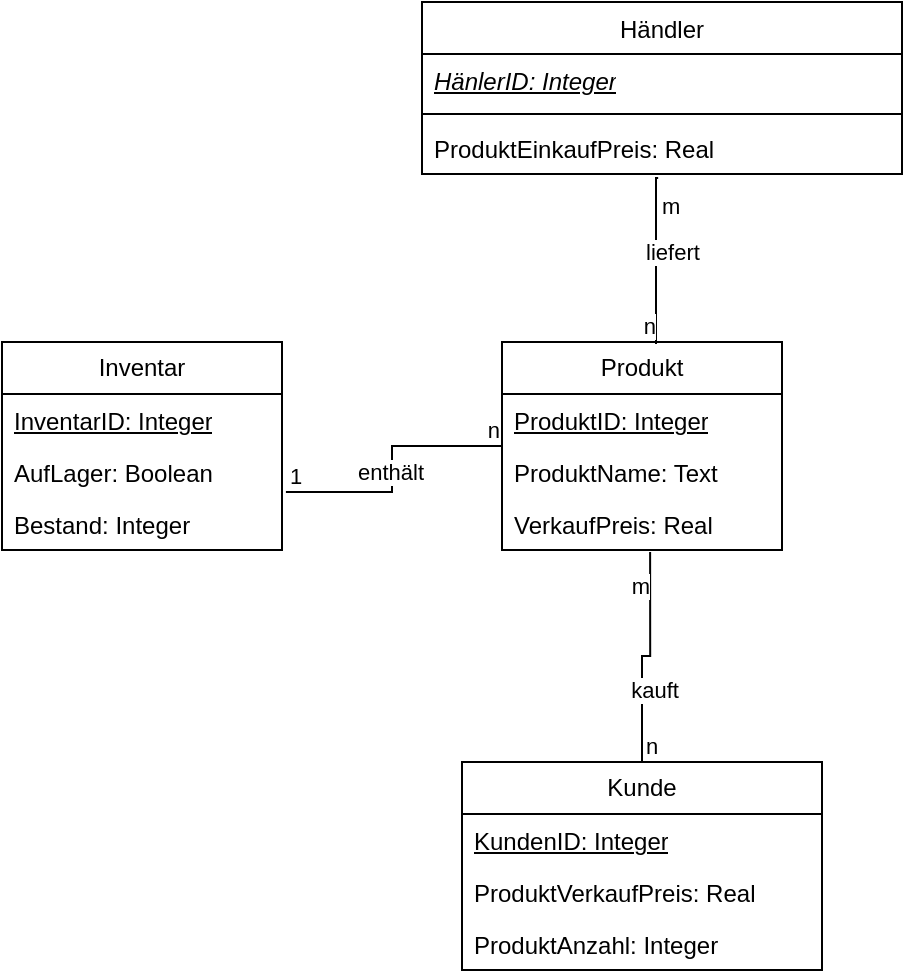
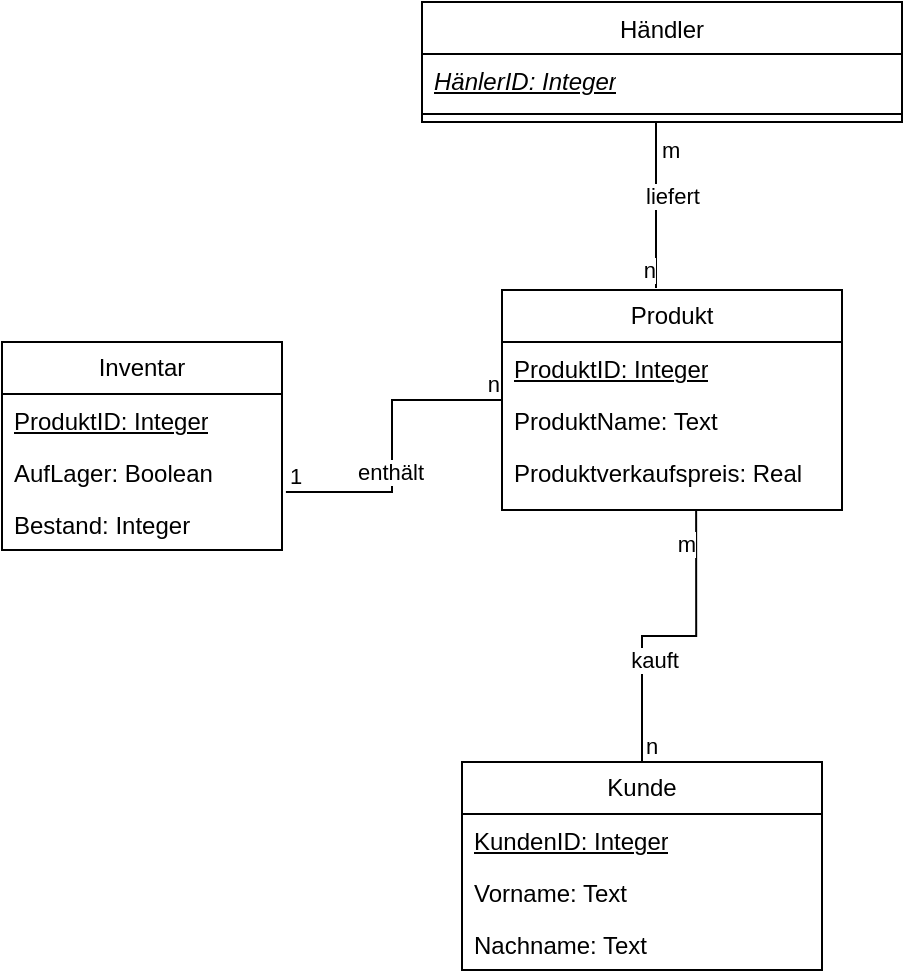
<mxfile host="Electron" agent="Mozilla/5.0 (Windows NT 10.0; Win64; x64) AppleWebKit/537.36 (KHTML, like Gecko) draw.io/23.1.5 Chrome/120.0.6099.109 Electron/28.1.0 Safari/537.36">
  <diagram name="Seite-1" id="zRFhC1JhQhvgA2iYbmPQ">
    <mxGraphModel dx="1398" dy="825" grid="1" gridSize="10" guides="1" tooltips="1" connect="1" arrows="1" fold="1" page="1" pageScale="1" pageWidth="827" pageHeight="1169" math="0" shadow="0">
      <root>
        <mxCell id="0" />
        <mxCell id="1" parent="0" />
        <mxCell id="Is3GVWOtyZzmBliWF83r-1" parent="1" style="swimlane;fontStyle=0;childLayout=stackLayout;horizontal=1;startSize=26;fillColor=none;horizontalStack=0;resizeParent=1;resizeParentMax=0;resizeLast=0;collapsible=1;marginBottom=0;whiteSpace=wrap;html=1;" value="Inventar" vertex="1">
          <mxGeometry height="104" width="140" x="260" y="340" as="geometry" />
        </mxCell>
-         <mxCell id="Is3GVWOtyZzmBliWF83r-46" parent="Is3GVWOtyZzmBliWF83r-1" style="text;strokeColor=none;fillColor=none;align=left;verticalAlign=top;spacingLeft=4;spacingRight=4;overflow=hidden;rotatable=0;points=[[0,0.5],[1,0.5]];portConstraint=eastwest;whiteSpace=wrap;html=1;fontStyle=4" value="InventarID: Integer" vertex="1">
+         <mxCell id="Is3GVWOtyZzmBliWF83r-46" parent="Is3GVWOtyZzmBliWF83r-1" style="text;strokeColor=none;fillColor=none;align=left;verticalAlign=top;spacingLeft=4;spacingRight=4;overflow=hidden;rotatable=0;points=[[0,0.5],[1,0.5]];portConstraint=eastwest;whiteSpace=wrap;html=1;fontStyle=4" value="ProduktID: Integer" vertex="1">
          <mxGeometry height="26" width="140" y="26" as="geometry" />
        </mxCell>
        <mxCell id="Is3GVWOtyZzmBliWF83r-2" parent="Is3GVWOtyZzmBliWF83r-1" style="text;strokeColor=none;fillColor=none;align=left;verticalAlign=top;spacingLeft=4;spacingRight=4;overflow=hidden;rotatable=0;points=[[0,0.5],[1,0.5]];portConstraint=eastwest;whiteSpace=wrap;html=1;" value="AufLager: Boolean" vertex="1">
          <mxGeometry height="26" width="140" y="52" as="geometry" />
        </mxCell>
        <mxCell id="Is3GVWOtyZzmBliWF83r-3" parent="Is3GVWOtyZzmBliWF83r-1" style="text;strokeColor=none;fillColor=none;align=left;verticalAlign=top;spacingLeft=4;spacingRight=4;overflow=hidden;rotatable=0;points=[[0,0.5],[1,0.5]];portConstraint=eastwest;whiteSpace=wrap;html=1;" value="Bestand: Integer" vertex="1">
          <mxGeometry height="26" width="140" y="78" as="geometry" />
        </mxCell>
        <mxCell id="Is3GVWOtyZzmBliWF83r-5" parent="1" style="swimlane;fontStyle=0;childLayout=stackLayout;horizontal=1;startSize=26;fillColor=none;horizontalStack=0;resizeParent=1;resizeParentMax=0;resizeLast=0;collapsible=1;marginBottom=0;whiteSpace=wrap;html=1;" value="Produkt" vertex="1">
-           <mxGeometry height="104" width="140" x="510" y="340" as="geometry" />
+           <mxGeometry height="110" width="170" x="510" y="314" as="geometry" />
        </mxCell>
        <mxCell id="Is3GVWOtyZzmBliWF83r-6" parent="Is3GVWOtyZzmBliWF83r-5" style="text;strokeColor=none;fillColor=none;align=left;verticalAlign=top;spacingLeft=4;spacingRight=4;overflow=hidden;rotatable=0;points=[[0,0.5],[1,0.5]];portConstraint=eastwest;whiteSpace=wrap;html=1;" value="&lt;u&gt;ProduktID: Integer&lt;/u&gt;" vertex="1">
-           <mxGeometry height="26" width="140" y="26" as="geometry" />
+           <mxGeometry height="26" width="170" y="26" as="geometry" />
        </mxCell>
        <mxCell id="Is3GVWOtyZzmBliWF83r-7" parent="Is3GVWOtyZzmBliWF83r-5" style="text;strokeColor=none;fillColor=none;align=left;verticalAlign=top;spacingLeft=4;spacingRight=4;overflow=hidden;rotatable=0;points=[[0,0.5],[1,0.5]];portConstraint=eastwest;whiteSpace=wrap;html=1;" value="ProduktName: Text" vertex="1">
-           <mxGeometry height="26" width="140" y="52" as="geometry" />
+           <mxGeometry height="26" width="170" y="52" as="geometry" />
        </mxCell>
-         <mxCell id="Is3GVWOtyZzmBliWF83r-17" parent="Is3GVWOtyZzmBliWF83r-5" style="text;strokeColor=none;fillColor=none;align=left;verticalAlign=top;spacingLeft=4;spacingRight=4;overflow=hidden;rotatable=0;points=[[0,0.5],[1,0.5]];portConstraint=eastwest;whiteSpace=wrap;html=1;" value="VerkaufPreis: Real" vertex="1">
-           <mxGeometry height="26" width="140" y="78" as="geometry" />
+         <mxCell id="Is3GVWOtyZzmBliWF83r-17" parent="Is3GVWOtyZzmBliWF83r-5" style="text;strokeColor=none;fillColor=none;align=left;verticalAlign=top;spacingLeft=4;spacingRight=4;overflow=hidden;rotatable=0;points=[[0,0.5],[1,0.5]];portConstraint=eastwest;whiteSpace=wrap;html=1;" value="Produktverkaufspreis: Real" vertex="1">
+           <mxGeometry height="32" width="170" y="78" as="geometry" />
        </mxCell>
        <mxCell id="Is3GVWOtyZzmBliWF83r-9" parent="1" style="swimlane;fontStyle=1;align=center;verticalAlign=top;childLayout=stackLayout;horizontal=1;startSize=26;horizontalStack=0;resizeParent=1;resizeParentMax=0;resizeLast=0;collapsible=1;marginBottom=0;whiteSpace=wrap;html=1;" value="&lt;span style=&quot;font-weight: normal;&quot;&gt;Händler&lt;/span&gt;" vertex="1">
-           <mxGeometry height="86" width="240" x="470" y="170" as="geometry" />
+           <mxGeometry height="60" width="240" x="470" y="170" as="geometry" />
        </mxCell>
        <mxCell id="Is3GVWOtyZzmBliWF83r-10" parent="Is3GVWOtyZzmBliWF83r-9" style="text;strokeColor=none;fillColor=none;align=left;verticalAlign=top;spacingLeft=4;spacingRight=4;overflow=hidden;rotatable=0;points=[[0,0.5],[1,0.5]];portConstraint=eastwest;whiteSpace=wrap;html=1;" value="&lt;u&gt;&lt;i&gt;HänlerID: Integer&lt;/i&gt;&lt;/u&gt;" vertex="1">
          <mxGeometry height="26" width="240" y="26" as="geometry" />
        </mxCell>
        <mxCell id="Is3GVWOtyZzmBliWF83r-11" parent="Is3GVWOtyZzmBliWF83r-9" style="line;strokeWidth=1;fillColor=none;align=left;verticalAlign=middle;spacingTop=-1;spacingLeft=3;spacingRight=3;rotatable=0;labelPosition=right;points=[];portConstraint=eastwest;strokeColor=inherit;" value="" vertex="1">
          <mxGeometry height="8" width="240" y="52" as="geometry" />
        </mxCell>
-         <mxCell id="Is3GVWOtyZzmBliWF83r-12" parent="Is3GVWOtyZzmBliWF83r-9" style="text;strokeColor=none;fillColor=none;align=left;verticalAlign=top;spacingLeft=4;spacingRight=4;overflow=hidden;rotatable=0;points=[[0,0.5],[1,0.5]];portConstraint=eastwest;whiteSpace=wrap;html=1;" value="ProduktEinkaufPreis: Real" vertex="1">
-           <mxGeometry height="26" width="240" y="60" as="geometry" />
-         </mxCell>
        <mxCell id="Is3GVWOtyZzmBliWF83r-13" parent="1" style="swimlane;fontStyle=0;childLayout=stackLayout;horizontal=1;startSize=26;fillColor=none;horizontalStack=0;resizeParent=1;resizeParentMax=0;resizeLast=0;collapsible=1;marginBottom=0;whiteSpace=wrap;html=1;" value="Kunde" vertex="1">
          <mxGeometry height="104" width="180" x="490" y="550" as="geometry" />
        </mxCell>
        <mxCell id="Is3GVWOtyZzmBliWF83r-19" parent="Is3GVWOtyZzmBliWF83r-13" style="text;strokeColor=none;fillColor=none;align=left;verticalAlign=top;spacingLeft=4;spacingRight=4;overflow=hidden;rotatable=0;points=[[0,0.5],[1,0.5]];portConstraint=eastwest;whiteSpace=wrap;html=1;" value="&lt;u&gt;KundenID: Integer&lt;/u&gt;" vertex="1">
          <mxGeometry height="26" width="180" y="26" as="geometry" />
        </mxCell>
-         <mxCell id="Is3GVWOtyZzmBliWF83r-15" parent="Is3GVWOtyZzmBliWF83r-13" style="text;strokeColor=none;fillColor=none;align=left;verticalAlign=top;spacingLeft=4;spacingRight=4;overflow=hidden;rotatable=0;points=[[0,0.5],[1,0.5]];portConstraint=eastwest;whiteSpace=wrap;html=1;" value="ProduktVerkaufPreis: Real" vertex="1">
+         <mxCell id="Is3GVWOtyZzmBliWF83r-15" parent="Is3GVWOtyZzmBliWF83r-13" style="text;strokeColor=none;fillColor=none;align=left;verticalAlign=top;spacingLeft=4;spacingRight=4;overflow=hidden;rotatable=0;points=[[0,0.5],[1,0.5]];portConstraint=eastwest;whiteSpace=wrap;html=1;" value="Vorname: Text" vertex="1">
          <mxGeometry height="26" width="180" y="52" as="geometry" />
        </mxCell>
-         <mxCell id="Is3GVWOtyZzmBliWF83r-16" parent="Is3GVWOtyZzmBliWF83r-13" style="text;strokeColor=none;fillColor=none;align=left;verticalAlign=top;spacingLeft=4;spacingRight=4;overflow=hidden;rotatable=0;points=[[0,0.5],[1,0.5]];portConstraint=eastwest;whiteSpace=wrap;html=1;" value="ProduktAnzahl: Integer" vertex="1">
+         <mxCell id="Is3GVWOtyZzmBliWF83r-16" parent="Is3GVWOtyZzmBliWF83r-13" style="text;strokeColor=none;fillColor=none;align=left;verticalAlign=top;spacingLeft=4;spacingRight=4;overflow=hidden;rotatable=0;points=[[0,0.5],[1,0.5]];portConstraint=eastwest;whiteSpace=wrap;html=1;" value="Nachname: Text" vertex="1">
          <mxGeometry height="26" width="180" y="78" as="geometry" />
        </mxCell>
-         <mxCell id="Is3GVWOtyZzmBliWF83r-27" edge="1" parent="1" source="Is3GVWOtyZzmBliWF83r-13" style="endArrow=none;html=1;edgeStyle=orthogonalEdgeStyle;rounded=0;entryX=0.529;entryY=1.038;entryDx=0;entryDy=0;entryPerimeter=0;exitX=0.5;exitY=0;exitDx=0;exitDy=0;" target="Is3GVWOtyZzmBliWF83r-17" value="">
+         <mxCell id="Is3GVWOtyZzmBliWF83r-27" edge="1" parent="1" source="Is3GVWOtyZzmBliWF83r-13" style="endArrow=none;html=1;edgeStyle=orthogonalEdgeStyle;rounded=0;exitX=0.5;exitY=0;exitDx=0;exitDy=0;entryX=0.571;entryY=1;entryDx=0;entryDy=0;entryPerimeter=0;" target="Is3GVWOtyZzmBliWF83r-17" value="">
          <mxGeometry relative="1" as="geometry">
            <mxPoint x="500" y="500" as="sourcePoint" />
-             <mxPoint x="660" y="500" as="targetPoint" />
+             <mxPoint x="580" y="470" as="targetPoint" />
          </mxGeometry>
        </mxCell>
        <mxCell id="Is3GVWOtyZzmBliWF83r-28" connectable="0" parent="Is3GVWOtyZzmBliWF83r-27" style="edgeLabel;resizable=0;html=1;align=left;verticalAlign=bottom;" value="n" vertex="1">
          <mxGeometry relative="1" x="-1" as="geometry" />
        </mxCell>
        <mxCell id="Is3GVWOtyZzmBliWF83r-29" connectable="0" parent="Is3GVWOtyZzmBliWF83r-27" style="edgeLabel;resizable=0;html=1;align=right;verticalAlign=bottom;" value="m" vertex="1">
          <mxGeometry relative="1" x="1" as="geometry">
            <mxPoint y="25" as="offset" />
          </mxGeometry>
        </mxCell>
        <mxCell id="Is3GVWOtyZzmBliWF83r-30" connectable="0" parent="Is3GVWOtyZzmBliWF83r-27" style="edgeLabel;html=1;align=center;verticalAlign=middle;resizable=0;points=[];" value="kauft" vertex="1">
          <mxGeometry relative="1" x="-0.3267" y="-6" as="geometry">
            <mxPoint as="offset" />
          </mxGeometry>
        </mxCell>
-         <mxCell id="Is3GVWOtyZzmBliWF83r-33" edge="1" parent="1" source="Is3GVWOtyZzmBliWF83r-12" style="endArrow=none;html=1;edgeStyle=orthogonalEdgeStyle;rounded=0;entryX=0.55;entryY=0.01;entryDx=0;entryDy=0;entryPerimeter=0;exitX=0.492;exitY=1.077;exitDx=0;exitDy=0;exitPerimeter=0;" target="Is3GVWOtyZzmBliWF83r-5" value="">
+         <mxCell id="Is3GVWOtyZzmBliWF83r-33" edge="1" parent="1" style="endArrow=none;html=1;edgeStyle=orthogonalEdgeStyle;rounded=0;entryX=0.55;entryY=0.01;entryDx=0;entryDy=0;entryPerimeter=0;exitX=0.492;exitY=1.077;exitDx=0;exitDy=0;exitPerimeter=0;" value="">
          <mxGeometry relative="1" as="geometry">
            <Array as="points">
-               <mxPoint x="587" y="258" />
+               <mxPoint x="587" y="230" />
            </Array>
-             <mxPoint x="330" y="430" as="sourcePoint" />
-             <mxPoint x="490" y="430" as="targetPoint" />
+             <mxPoint x="588.0799999999999" y="230.00199999999995" as="sourcePoint" />
+             <mxPoint x="587" y="313.03999999999996" as="targetPoint" />
          </mxGeometry>
        </mxCell>
        <mxCell id="Is3GVWOtyZzmBliWF83r-34" connectable="0" parent="Is3GVWOtyZzmBliWF83r-33" style="edgeLabel;resizable=0;html=1;align=left;verticalAlign=bottom;" value="m" vertex="1">
          <mxGeometry relative="1" x="-1" as="geometry">
            <mxPoint y="22" as="offset" />
          </mxGeometry>
        </mxCell>
        <mxCell id="Is3GVWOtyZzmBliWF83r-35" connectable="0" parent="Is3GVWOtyZzmBliWF83r-33" style="edgeLabel;resizable=0;html=1;align=right;verticalAlign=bottom;" value="n" vertex="1">
          <mxGeometry relative="1" x="1" as="geometry" />
        </mxCell>
        <mxCell id="Is3GVWOtyZzmBliWF83r-36" connectable="0" parent="Is3GVWOtyZzmBliWF83r-33" style="edgeLabel;html=1;align=center;verticalAlign=middle;resizable=0;points=[];" value="liefert" vertex="1">
          <mxGeometry relative="1" x="-0.0946" y="8" as="geometry">
            <mxPoint as="offset" />
          </mxGeometry>
        </mxCell>
        <mxCell id="Is3GVWOtyZzmBliWF83r-38" edge="1" parent="1" source="Is3GVWOtyZzmBliWF83r-3" style="endArrow=none;html=1;edgeStyle=orthogonalEdgeStyle;rounded=0;entryX=0;entryY=0.5;entryDx=0;entryDy=0;exitX=1.014;exitY=-0.115;exitDx=0;exitDy=0;exitPerimeter=0;" target="Is3GVWOtyZzmBliWF83r-5" value="">
          <mxGeometry relative="1" as="geometry">
            <mxPoint x="330" y="430" as="sourcePoint" />
            <mxPoint x="490" y="430" as="targetPoint" />
          </mxGeometry>
        </mxCell>
        <mxCell id="Is3GVWOtyZzmBliWF83r-39" connectable="0" parent="Is3GVWOtyZzmBliWF83r-38" style="edgeLabel;resizable=0;html=1;align=left;verticalAlign=bottom;" value="1" vertex="1">
          <mxGeometry relative="1" x="-1" as="geometry" />
        </mxCell>
        <mxCell id="Is3GVWOtyZzmBliWF83r-40" connectable="0" parent="Is3GVWOtyZzmBliWF83r-38" style="edgeLabel;resizable=0;html=1;align=right;verticalAlign=bottom;" value="n" vertex="1">
          <mxGeometry relative="1" x="1" as="geometry" />
        </mxCell>
        <mxCell id="9d2SOzoO8xg9qqlNjvsp-1" connectable="0" parent="1" style="edgeLabel;html=1;align=center;verticalAlign=middle;resizable=0;points=[];" value="enthält" vertex="1">
          <mxGeometry x="430" y="470" as="geometry">
            <mxPoint x="24" y="-65" as="offset" />
          </mxGeometry>
        </mxCell>
      </root>
    </mxGraphModel>
  </diagram>
</mxfile>
